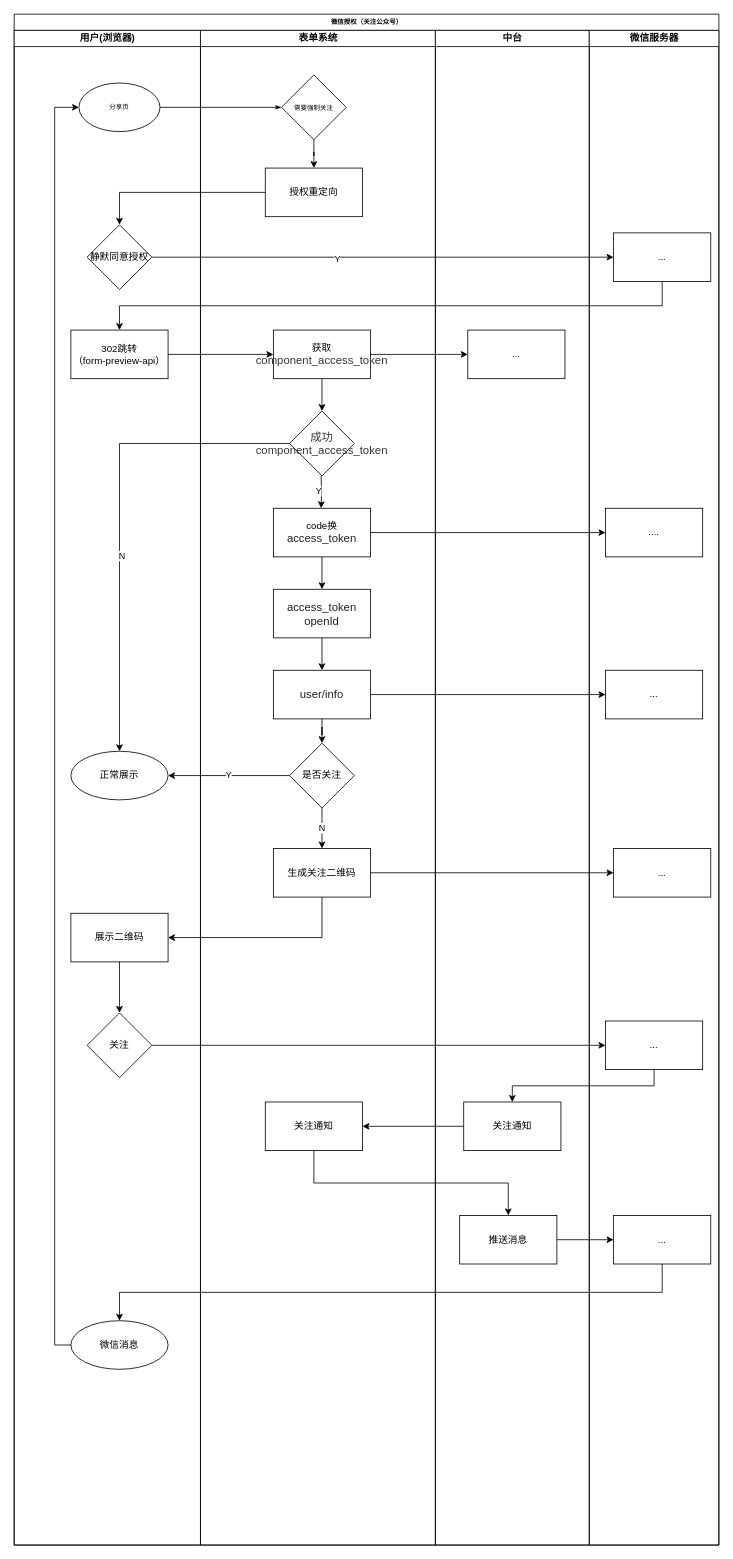
The draw.io diagram eqx-分享微信授权.drawio in hesimin/drawio, before the edit. Source tidied: cells renumbered, new cells numbered last; positions are measured from the earlier drawing's top-left corner, leaving out a move shared by most shapes. Both pictures are drawn from the tidied source at 81%, with x=0, y=0 at pixel (14, 14).
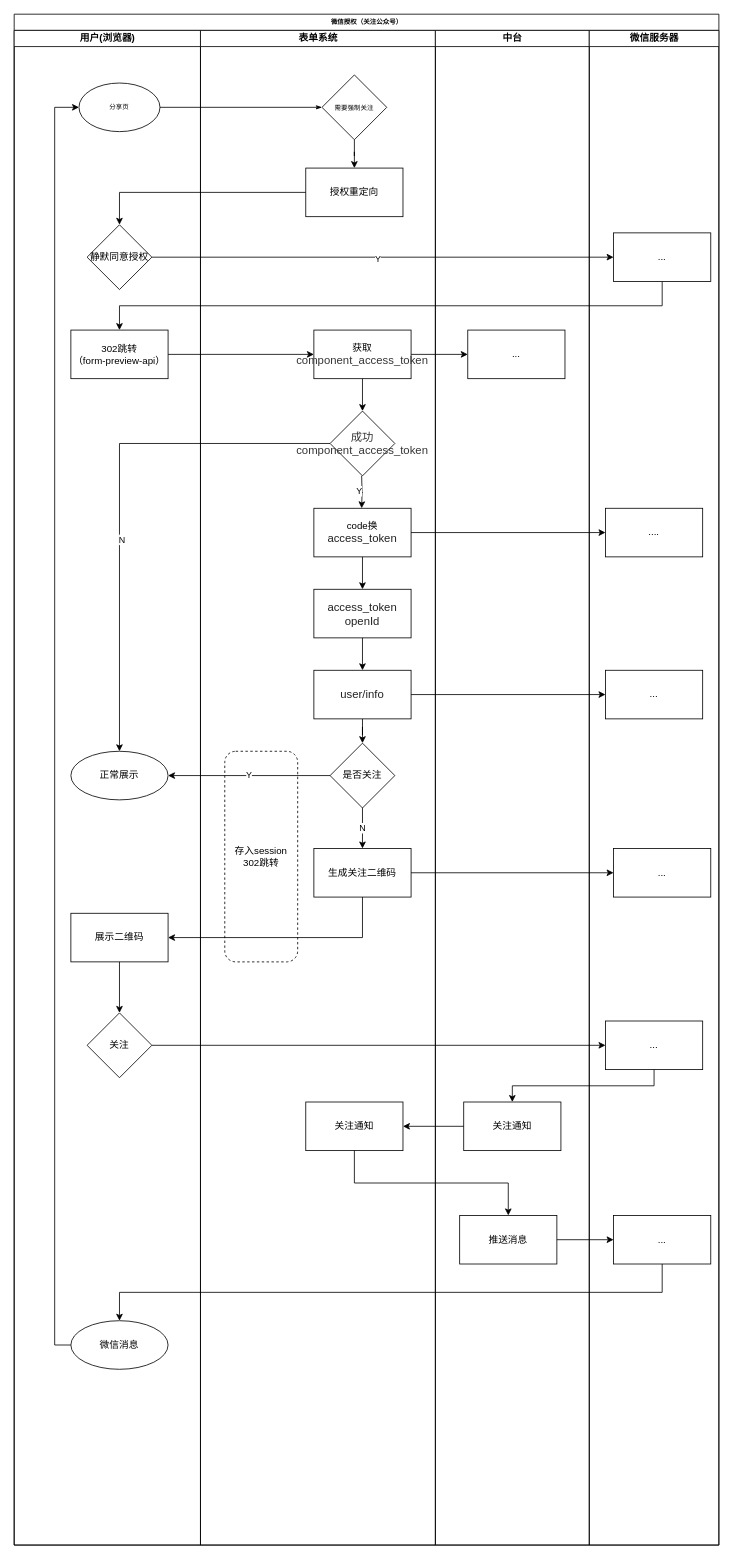
The same page after the edit.

Commit message:
更新eqx-分享微信授权.drawio

Unchanged cells that the change refers to:
```xml
<mxCell id="13" style="edgeStyle=orthogonalEdgeStyle;rounded=0;jettySize=auto;html=1;" parent="2" edge="1" source="5" target="42">
  <mxGeometry relative="1" as="geometry" />
</mxCell>
<mxCell id="17" value="表单系统" style="swimlane;html=1;startSize=20;" parent="2" vertex="1">
  <mxGeometry x="230" y="20" width="290" height="1870" as="geometry" />
</mxCell>
```

Diff of the diagram source:
```diff
@@
     <mxCell id="14" value="Y" style="edgeLabel;html=1;align=center;verticalAlign=middle;" parent="13" vertex="1">
       <mxGeometry x="-0.41" y="-2" relative="1" as="geometry">
-        <mxPoint x="60" as="offset" />
+        <mxPoint x="110" as="offset" />
       </mxGeometry>
     </mxCell>
@@
     <mxCell id="18" value="&lt;span style=&quot;font-family: &amp;#34;verdana&amp;#34; ; font-size: 8px&quot;&gt;需要强制关注&lt;/span&gt;" style="rhombus;whiteSpace=wrap;html=1;rounded=0;glass=0;" parent="17" vertex="1">
-      <mxGeometry x="100" y="55" width="80" height="80" as="geometry" />
+      <mxGeometry x="150" y="55" width="80" height="80" as="geometry" />
     </mxCell>
     <mxCell id="19" value="授权重定向" style="whiteSpace=wrap;html=1;rounded=0;glass=0;" parent="17" vertex="1">
-      <mxGeometry x="80" y="170" width="120" height="60" as="geometry" />
+      <mxGeometry x="130" y="170" width="120" height="60" as="geometry" />
     </mxCell>
@@
     <mxCell id="21" value="获取&lt;span style=&quot;color: rgb(53 , 53 , 53) ; font-family: , &amp;#34;blinkmacsystemfont&amp;#34; , &amp;#34;sf ui text&amp;#34; , &amp;#34;helvetica neue&amp;#34; , &amp;#34;pingfang sc&amp;#34; , &amp;#34;hiragino sans gb&amp;#34; , &amp;#34;microsoft yahei ui&amp;#34; , &amp;#34;microsoft yahei&amp;#34; , &amp;#34;arial&amp;#34; , sans-serif ; font-size: 14px ; text-align: left&quot;&gt;component_access_token&lt;/span&gt;" style="whiteSpace=wrap;html=1;rounded=0;glass=0;" parent="17" vertex="1">
-      <mxGeometry x="90" y="370" width="120" height="60" as="geometry" />
+      <mxGeometry x="140" y="370" width="120" height="60" as="geometry" />
     </mxCell>
     <mxCell id="22" value="&lt;span style=&quot;color: rgb(53 , 53 , 53) ; font-size: 14px ; text-align: left&quot;&gt;成功&lt;br&gt;component_access_token&lt;/span&gt;" style="rhombus;whiteSpace=wrap;html=1;rounded=0;glass=0;" parent="17" vertex="1">
-      <mxGeometry x="110" y="470" width="80" height="80" as="geometry" />
+      <mxGeometry x="160" y="470" width="80" height="80" as="geometry" />
     </mxCell>
     <mxCell id="23" value="code换&lt;span style=&quot;color: rgb(34 , 34 , 34) ; font-family: , &amp;#34;blinkmacsystemfont&amp;#34; , &amp;#34;sf ui text&amp;#34; , &amp;#34;helvetica neue&amp;#34; , &amp;#34;pingfang sc&amp;#34; , &amp;#34;hiragino sans gb&amp;#34; , &amp;#34;microsoft yahei ui&amp;#34; , &amp;#34;microsoft yahei&amp;#34; , &amp;#34;arial&amp;#34; , sans-serif ; font-size: 14px&quot;&gt;access_token&lt;/span&gt;" style="whiteSpace=wrap;html=1;rounded=0;glass=0;" parent="17" vertex="1">
-      <mxGeometry x="90" y="590" width="120" height="60" as="geometry" />
+      <mxGeometry x="140" y="590" width="120" height="60" as="geometry" />
     </mxCell>
     <mxCell id="24" style="edgeStyle=orthogonalEdgeStyle;rounded=0;orthogonalLoop=1;jettySize=auto;html=1;" parent="17" edge="1">
       <mxGeometry relative="1" as="geometry">
-        <mxPoint x="149" y="550" as="sourcePoint" />
-        <mxPoint x="149" y="590" as="targetPoint" />
+        <mxPoint x="199" y="550" as="sourcePoint" />
+        <mxPoint x="199" y="590" as="targetPoint" />
       </mxGeometry>
     </mxCell>
@@
     <mxCell id="26" value="&lt;span style=&quot;color: rgb(34 , 34 , 34) ; font-size: 14px&quot;&gt;access_token&lt;br&gt;openId&lt;br&gt;&lt;/span&gt;" style="whiteSpace=wrap;html=1;rounded=0;glass=0;" parent="17" vertex="1">
-      <mxGeometry x="90" y="690" width="120" height="60" as="geometry" />
+      <mxGeometry x="140" y="690" width="120" height="60" as="geometry" />
     </mxCell>
     <mxCell id="27" value="&lt;span style=&quot;color: rgb(34 , 34 , 34) ; font-family: , &amp;#34;blinkmacsystemfont&amp;#34; , &amp;#34;sf ui text&amp;#34; , &amp;#34;helvetica neue&amp;#34; , &amp;#34;pingfang sc&amp;#34; , &amp;#34;hiragino sans gb&amp;#34; , &amp;#34;microsoft yahei ui&amp;#34; , &amp;#34;microsoft yahei&amp;#34; , &amp;#34;arial&amp;#34; , sans-serif ; font-size: 14px&quot;&gt;user/info&lt;/span&gt;" style="whiteSpace=wrap;html=1;rounded=0;glass=0;" parent="17" vertex="1">
-      <mxGeometry x="90" y="790" width="120" height="60" as="geometry" />
+      <mxGeometry x="140" y="790" width="120" height="60" as="geometry" />
     </mxCell>
@@
     <mxCell id="31" value="是否关注" style="rhombus;whiteSpace=wrap;html=1;rounded=0;glass=0;" parent="17" vertex="1">
-      <mxGeometry x="110" y="880" width="80" height="80" as="geometry" />
+      <mxGeometry x="160" y="880" width="80" height="80" as="geometry" />
     </mxCell>
@@
     <mxCell id="33" value="生成关注二维码" style="whiteSpace=wrap;html=1;rounded=0;glass=0;" parent="17" vertex="1">
-      <mxGeometry x="90" y="1010" width="120" height="60" as="geometry" />
+      <mxGeometry x="140" y="1010" width="120" height="60" as="geometry" />
     </mxCell>
@@
     <mxCell id="35" value="&lt;span&gt;关注通知&lt;/span&gt;" style="whiteSpace=wrap;html=1;rounded=0;glass=0;" parent="17" vertex="1">
-      <mxGeometry x="80" y="1323" width="120" height="60" as="geometry" />
+      <mxGeometry x="130" y="1323" width="120" height="60" as="geometry" />
     </mxCell>
+    <mxCell id="63" value="存入session&lt;br&gt;302跳转" style="rounded=1;whiteSpace=wrap;html=1;dashed=1;" parent="17" vertex="1">
+      <mxGeometry x="30" y="890" width="90" height="260" as="geometry" />
+    </mxCell>
```
